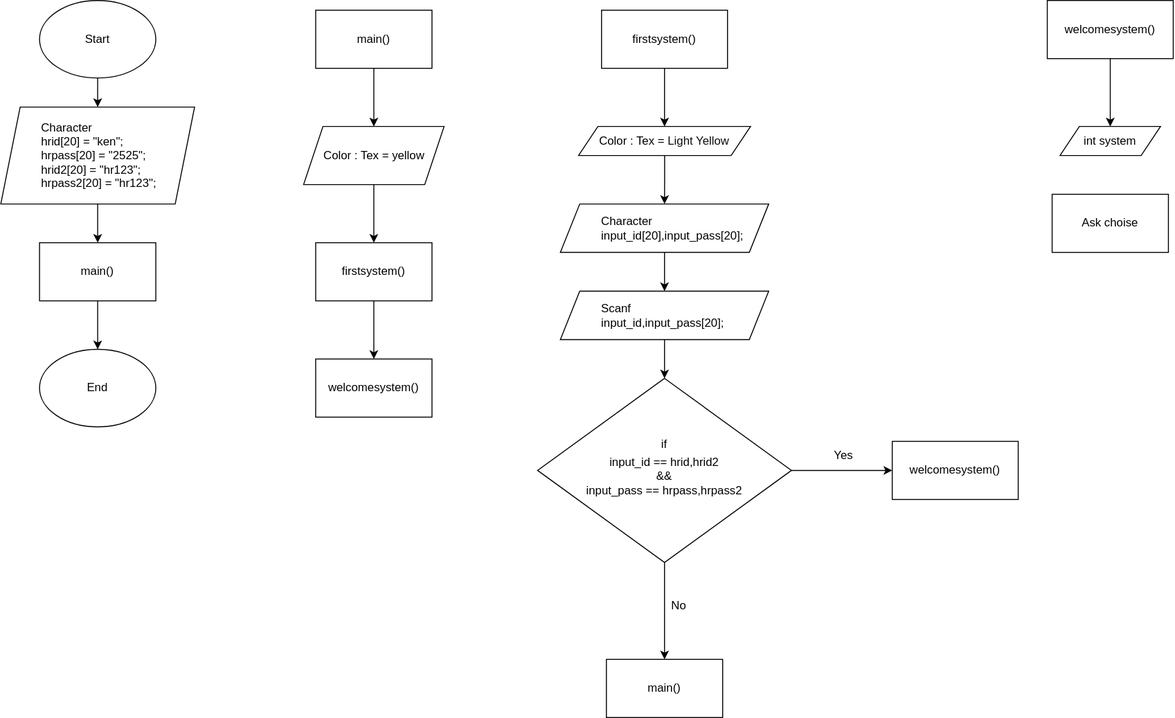
Earlier version of the draw.io export Project_C.drawio.svg (Nuttph/Project_C_Flowchart). Source tidied: cells renumbered, new cells last; positions are measured from the earlier drawing's top-left corner, leaving out a move shared by most shapes.
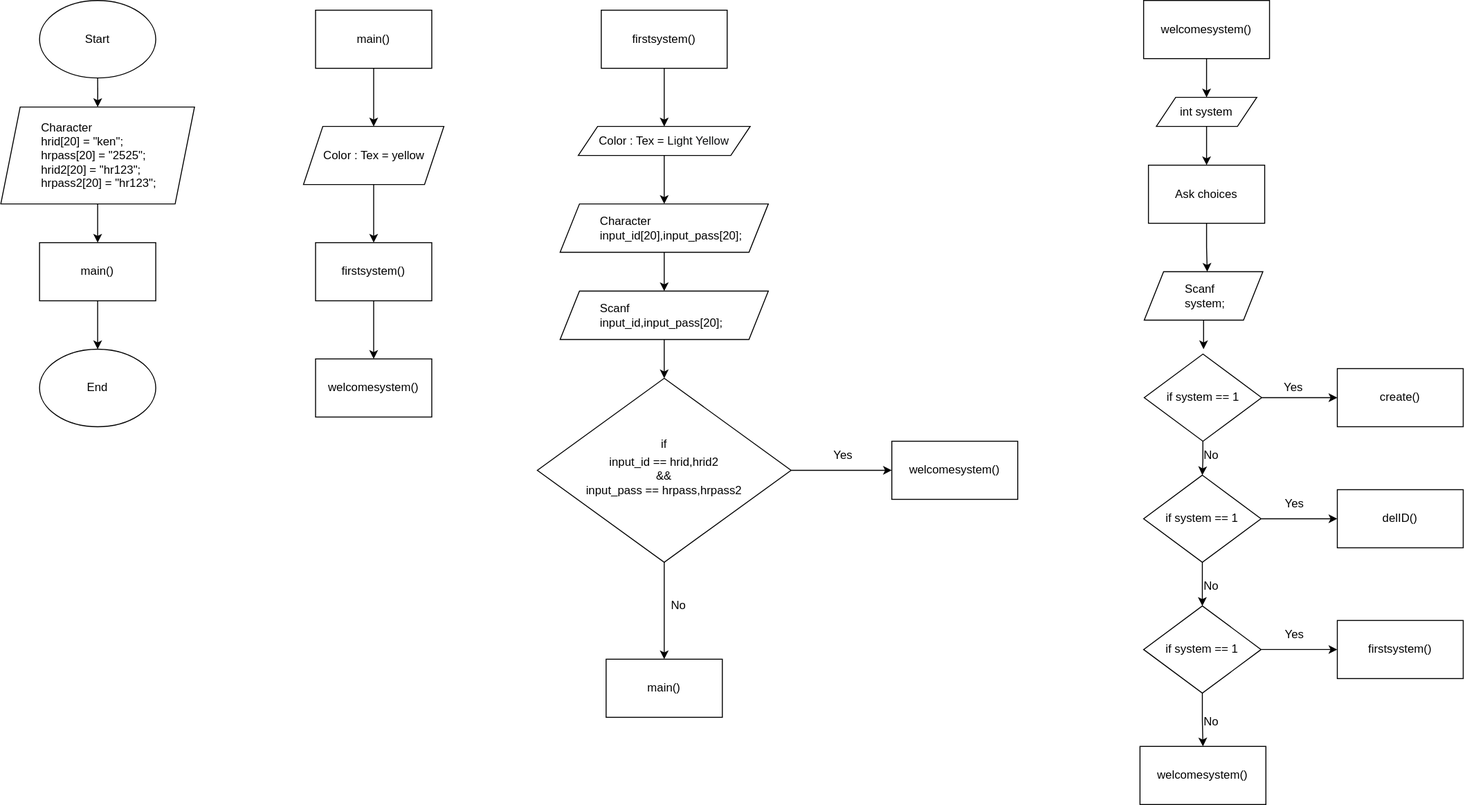
After the change.

Change to the diagram source:
```diff
@@ -97,13 +97,84 @@
       <mxGeometry relative="1" as="geometry" />
     </mxCell>
     <mxCell id="32" value="welcomesystem()" style="rounded=0;whiteSpace=wrap;html=1;" parent="1" vertex="1">
-      <mxGeometry x="1080" width="130" height="60" as="geometry" />
+      <mxGeometry x="1180" width="130" height="60" as="geometry" />
     </mxCell>
+    <mxCell id="35" style="edgeStyle=orthogonalEdgeStyle;rounded=0;jettySize=auto;html=1;entryX=0.5;entryY=0;entryDx=0;entryDy=0;" parent="1" edge="1" source="33" target="34">
+      <mxGeometry relative="1" as="geometry" />
+    </mxCell>
     <mxCell id="33" value="int system" style="shape=parallelogram;perimeter=parallelogramPerimeter;whiteSpace=wrap;html=1;fixedSize=1;" parent="1" vertex="1">
-      <mxGeometry x="1093.1" y="130" width="103.8" height="30" as="geometry" />
+      <mxGeometry x="1193.1" y="100" width="103.8" height="30" as="geometry" />
     </mxCell>
-    <mxCell id="34" value="Ask choise" style="rounded=0;whiteSpace=wrap;html=1;" parent="1" vertex="1">
-      <mxGeometry x="1085" y="200" width="120" height="60" as="geometry" />
+    <mxCell id="34" value="Ask choices" style="rounded=0;whiteSpace=wrap;html=1;" parent="1" vertex="1">
+      <mxGeometry x="1185" y="170" width="120" height="60" as="geometry" />
     </mxCell>
+    <mxCell id="36" style="edgeStyle=orthogonalEdgeStyle;rounded=0;jettySize=auto;html=1;" parent="1" edge="1" source="37">
+      <mxGeometry relative="1" as="geometry">
+        <mxPoint x="1241.9" y="360" as="targetPoint" />
+      </mxGeometry>
+    </mxCell>
+    <mxCell id="37" value="&lt;blockquote style=&quot;margin: 0px 0px 0px 40px; border: none; padding: 0px;&quot;&gt;Scanf&lt;/blockquote&gt;&lt;blockquote style=&quot;margin: 0px 0px 0px 40px; border: none; padding: 0px;&quot;&gt;system;&lt;/blockquote&gt;" style="shape=parallelogram;perimeter=parallelogramPerimeter;whiteSpace=wrap;html=1;fixedSize=1;align=left;" parent="1" vertex="1">
+      <mxGeometry x="1180.6" y="280" width="122.5" height="50" as="geometry" />
+    </mxCell>
+    <mxCell id="38" style="edgeStyle=orthogonalEdgeStyle;rounded=0;jettySize=auto;html=1;entryX=0;entryY=0.5;entryDx=0;entryDy=0;" parent="1" edge="1" source="40" target="46">
+      <mxGeometry relative="1" as="geometry" />
+    </mxCell>
+    <mxCell id="39" style="edgeStyle=orthogonalEdgeStyle;rounded=0;jettySize=auto;html=1;entryX=0.5;entryY=0;entryDx=0;entryDy=0;" parent="1" edge="1" source="40" target="43">
+      <mxGeometry relative="1" as="geometry" />
+    </mxCell>
+    <mxCell id="40" value="if system == 1" style="rhombus;whiteSpace=wrap;html=1;" parent="1" vertex="1">
+      <mxGeometry x="1180.6" y="365" width="121.2" height="90" as="geometry" />
+    </mxCell>
+    <mxCell id="41" style="edgeStyle=orthogonalEdgeStyle;rounded=0;jettySize=auto;html=1;entryX=0;entryY=0.5;entryDx=0;entryDy=0;" parent="1" edge="1" source="43" target="47">
+      <mxGeometry relative="1" as="geometry" />
+    </mxCell>
+    <mxCell id="42" style="edgeStyle=orthogonalEdgeStyle;rounded=0;jettySize=auto;html=1;entryX=0.5;entryY=0;entryDx=0;entryDy=0;" parent="1" edge="1" source="43" target="45">
+      <mxGeometry relative="1" as="geometry" />
+    </mxCell>
+    <mxCell id="43" value="if system == 1" style="rhombus;whiteSpace=wrap;html=1;" parent="1" vertex="1">
+      <mxGeometry x="1180" y="490" width="121.2" height="90" as="geometry" />
+    </mxCell>
+    <mxCell id="44" style="edgeStyle=orthogonalEdgeStyle;rounded=0;jettySize=auto;html=1;entryX=0.5;entryY=0;entryDx=0;entryDy=0;" parent="1" edge="1" source="45" target="49">
+      <mxGeometry relative="1" as="geometry" />
+    </mxCell>
+    <mxCell id="45" value="if system == 1" style="rhombus;whiteSpace=wrap;html=1;" parent="1" vertex="1">
+      <mxGeometry x="1180" y="625" width="121.2" height="90" as="geometry" />
+    </mxCell>
+    <mxCell id="46" value="create()" style="rounded=0;whiteSpace=wrap;html=1;" parent="1" vertex="1">
+      <mxGeometry x="1380" y="380" width="130" height="60" as="geometry" />
+    </mxCell>
+    <mxCell id="47" value="delID()" style="rounded=0;whiteSpace=wrap;html=1;" parent="1" vertex="1">
+      <mxGeometry x="1380" y="505" width="130" height="60" as="geometry" />
+    </mxCell>
+    <mxCell id="48" value="firstsystem()" style="rounded=0;whiteSpace=wrap;html=1;" parent="1" vertex="1">
+      <mxGeometry x="1380" y="640" width="130" height="60" as="geometry" />
+    </mxCell>
+    <mxCell id="49" value="welcomesystem()" style="rounded=0;whiteSpace=wrap;html=1;" parent="1" vertex="1">
+      <mxGeometry x="1176.3" y="770" width="130" height="60" as="geometry" />
+    </mxCell>
+    <mxCell id="50" style="edgeStyle=orthogonalEdgeStyle;rounded=0;jettySize=auto;html=1;entryX=0.531;entryY=0;entryDx=0;entryDy=0;entryPerimeter=0;" parent="1" edge="1" source="34" target="37">
+      <mxGeometry relative="1" as="geometry" />
+    </mxCell>
+    <mxCell id="51" style="edgeStyle=orthogonalEdgeStyle;rounded=0;jettySize=auto;html=1;entryX=0;entryY=0.5;entryDx=0;entryDy=0;" parent="1" edge="1" source="45" target="48">
+      <mxGeometry relative="1" as="geometry" />
+    </mxCell>
+    <mxCell id="52" value="Yes" style="text;html=1;align=center;verticalAlign=middle;whiteSpace=wrap;rounded=0;" parent="1" vertex="1">
+      <mxGeometry x="1305" y="385" width="60" height="30" as="geometry" />
+    </mxCell>
+    <mxCell id="53" value="Yes" style="text;html=1;align=center;verticalAlign=middle;whiteSpace=wrap;rounded=0;" parent="1" vertex="1">
+      <mxGeometry x="1306.3" y="505" width="60" height="30" as="geometry" />
+    </mxCell>
+    <mxCell id="54" value="Yes" style="text;html=1;align=center;verticalAlign=middle;whiteSpace=wrap;rounded=0;" parent="1" vertex="1">
+      <mxGeometry x="1306.3" y="640" width="60" height="30" as="geometry" />
+    </mxCell>
+    <mxCell id="55" value="No" style="text;html=1;align=center;verticalAlign=middle;whiteSpace=wrap;rounded=0;" parent="1" vertex="1">
+      <mxGeometry x="1220" y="455" width="60" height="30" as="geometry" />
+    </mxCell>
+    <mxCell id="56" value="No" style="text;html=1;align=center;verticalAlign=middle;whiteSpace=wrap;rounded=0;" parent="1" vertex="1">
+      <mxGeometry x="1220" y="590" width="60" height="30" as="geometry" />
+    </mxCell>
+    <mxCell id="57" value="No" style="text;html=1;align=center;verticalAlign=middle;whiteSpace=wrap;rounded=0;" parent="1" vertex="1">
+      <mxGeometry x="1220" y="730" width="60" height="30" as="geometry" />
+    </mxCell>
   </root>
 </mxGraphModel>
```
